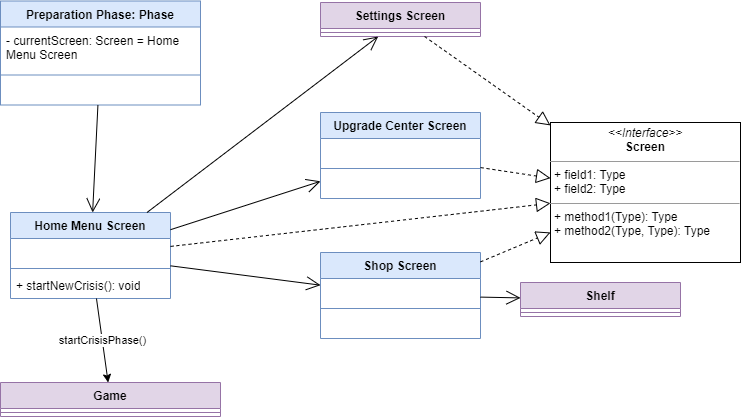
Above: doc/emergenCITY_SEArchitecture-Preparation Phase.drawio.png in Spexify/emergenCity (draw.io), before the change. Source tidied: cells renumbered, new cells last; positions are measured from the earlier drawing's top-left corner, leaving out a move shared by most shapes.
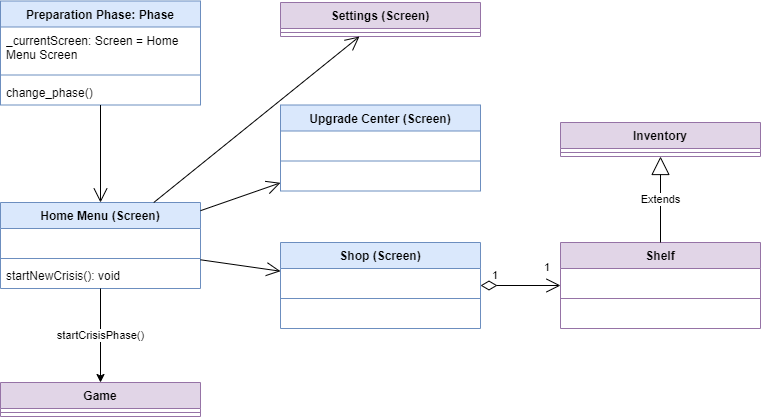
After the commit.

The edit, as a diff of the source:
```diff
@@ -5,63 +5,57 @@
     <mxCell id="2" value="Preparation Phase: Phase" style="swimlane;fontStyle=1;align=center;verticalAlign=top;horizontal=1;startSize=26;whiteSpace=wrap;html=1;fillColor=#dae8fc;strokeColor=#6c8ebf;" parent="1" vertex="1">
       <mxGeometry y="0.5" width="200" height="104" as="geometry" />
     </mxCell>
-    <mxCell id="3" value="- currentScreen: Screen = Home Menu Screen" style="text;strokeColor=none;fillColor=none;align=left;verticalAlign=top;spacingLeft=4;spacingRight=4;overflow=hidden;whiteSpace=wrap;html=1;" parent="2" vertex="1">
+    <mxCell id="3" value="_currentScreen: Screen = Home Menu Screen" style="text;strokeColor=none;fillColor=none;align=left;verticalAlign=top;spacingLeft=4;spacingRight=4;overflow=hidden;whiteSpace=wrap;html=1;" parent="2" vertex="1">
       <mxGeometry y="26" width="200" height="44" as="geometry" />
     </mxCell>
     <mxCell id="4" style="line;strokeWidth=1;fillColor=none;align=left;verticalAlign=middle;spacingTop=-1;spacingLeft=3;spacingRight=3;labelPosition=right;strokeColor=inherit;" parent="2" vertex="1">
       <mxGeometry y="70" width="200" height="8" as="geometry" />
     </mxCell>
-    <mxCell id="5" value="&amp;nbsp;" style="text;strokeColor=none;fillColor=none;align=left;verticalAlign=top;spacingLeft=4;spacingRight=4;overflow=hidden;whiteSpace=wrap;html=1;" parent="2" vertex="1">
+    <mxCell id="5" value="change_phase()" style="text;strokeColor=none;fillColor=none;align=left;verticalAlign=top;spacingLeft=4;spacingRight=4;overflow=hidden;whiteSpace=wrap;html=1;" parent="2" vertex="1">
       <mxGeometry y="78" width="200" height="26" as="geometry" />
     </mxCell>
-    <mxCell id="6" value="Home Menu Screen" style="swimlane;fontStyle=1;align=center;verticalAlign=top;horizontal=1;startSize=26;whiteSpace=wrap;html=1;fillColor=#dae8fc;strokeColor=#6c8ebf;" parent="1" vertex="1">
-      <mxGeometry x="10" y="212" width="160" height="86" as="geometry" />
+    <mxCell id="6" value="Home Menu (Screen)" style="swimlane;fontStyle=1;align=center;verticalAlign=top;horizontal=1;startSize=26;whiteSpace=wrap;html=1;fillColor=#dae8fc;strokeColor=#6c8ebf;" parent="1" vertex="1">
+      <mxGeometry y="202" width="200" height="86" as="geometry" />
     </mxCell>
     <mxCell id="7" value="&amp;nbsp;" style="text;strokeColor=none;fillColor=none;align=left;verticalAlign=top;spacingLeft=4;spacingRight=4;overflow=hidden;whiteSpace=wrap;html=1;" parent="6" vertex="1">
-      <mxGeometry y="26" width="160" height="26" as="geometry" />
+      <mxGeometry y="26" width="200" height="26" as="geometry" />
     </mxCell>
     <mxCell id="8" style="line;strokeWidth=1;fillColor=none;align=left;verticalAlign=middle;spacingTop=-1;spacingLeft=3;spacingRight=3;labelPosition=right;strokeColor=inherit;" parent="6" vertex="1">
-      <mxGeometry y="52" width="160" height="8" as="geometry" />
+      <mxGeometry y="52" width="200" height="8" as="geometry" />
     </mxCell>
-    <mxCell id="9" value="+ startNewCrisis(): void" style="text;strokeColor=none;fillColor=none;align=left;verticalAlign=top;spacingLeft=4;spacingRight=4;overflow=hidden;whiteSpace=wrap;html=1;" parent="6" vertex="1">
-      <mxGeometry y="60" width="160" height="26" as="geometry" />
+    <mxCell id="9" value="startNewCrisis(): void" style="text;strokeColor=none;fillColor=none;align=left;verticalAlign=top;spacingLeft=4;spacingRight=4;overflow=hidden;whiteSpace=wrap;html=1;" parent="6" vertex="1">
+      <mxGeometry y="60" width="200" height="26" as="geometry" />
     </mxCell>
-    <mxCell id="10" value="Settings Screen" style="swimlane;fontStyle=1;align=center;verticalAlign=top;horizontal=1;startSize=26;whiteSpace=wrap;html=1;fillColor=#e1d5e7;strokeColor=#9673a6;" parent="1" vertex="1">
-      <mxGeometry x="320" y="2" width="160" height="34" as="geometry" />
+    <mxCell id="10" value="Settings (Screen)" style="swimlane;fontStyle=1;align=center;verticalAlign=top;horizontal=1;startSize=26;whiteSpace=wrap;html=1;fillColor=#e1d5e7;strokeColor=#9673a6;" parent="1" vertex="1">
+      <mxGeometry x="280" y="2" width="200" height="34" as="geometry" />
     </mxCell>
     <mxCell id="11" style="line;strokeWidth=1;fillColor=none;align=left;verticalAlign=middle;spacingTop=-1;spacingLeft=3;spacingRight=3;labelPosition=right;strokeColor=inherit;" parent="10" vertex="1">
-      <mxGeometry y="26" width="160" height="8" as="geometry" />
+      <mxGeometry y="26" width="200" height="8" as="geometry" />
     </mxCell>
-    <mxCell id="12" value="Shop Screen" style="swimlane;fontStyle=1;align=center;verticalAlign=top;horizontal=1;startSize=26;whiteSpace=wrap;html=1;fillColor=#dae8fc;strokeColor=#6c8ebf;" parent="1" vertex="1">
-      <mxGeometry x="320" y="252" width="160" height="86" as="geometry" />
+    <mxCell id="12" value="Shop (Screen)" style="swimlane;fontStyle=1;align=center;verticalAlign=top;horizontal=1;startSize=26;whiteSpace=wrap;html=1;fillColor=#dae8fc;strokeColor=#6c8ebf;" parent="1" vertex="1">
+      <mxGeometry x="280" y="242" width="200" height="86" as="geometry" />
     </mxCell>
     <mxCell id="13" value="&amp;nbsp;" style="text;strokeColor=none;fillColor=none;align=left;verticalAlign=top;spacingLeft=4;spacingRight=4;overflow=hidden;whiteSpace=wrap;html=1;" parent="12" vertex="1">
-      <mxGeometry y="26" width="160" height="26" as="geometry" />
+      <mxGeometry y="26" width="200" height="26" as="geometry" />
     </mxCell>
     <mxCell id="14" style="line;strokeWidth=1;fillColor=none;align=left;verticalAlign=middle;spacingTop=-1;spacingLeft=3;spacingRight=3;labelPosition=right;strokeColor=inherit;" parent="12" vertex="1">
-      <mxGeometry y="52" width="160" height="8" as="geometry" />
+      <mxGeometry y="52" width="200" height="8" as="geometry" />
     </mxCell>
     <mxCell id="15" value="&amp;nbsp;" style="text;strokeColor=none;fillColor=none;align=left;verticalAlign=top;spacingLeft=4;spacingRight=4;overflow=hidden;whiteSpace=wrap;html=1;" parent="12" vertex="1">
-      <mxGeometry y="60" width="160" height="26" as="geometry" />
+      <mxGeometry y="60" width="200" height="26" as="geometry" />
     </mxCell>
-    <mxCell id="16" value="Upgrade Center Screen" style="swimlane;fontStyle=1;align=center;verticalAlign=top;horizontal=1;startSize=26;whiteSpace=wrap;html=1;fillColor=#dae8fc;strokeColor=#6c8ebf;" parent="1" vertex="1">
-      <mxGeometry x="320" y="112" width="160" height="86" as="geometry" />
+    <mxCell id="16" value="Upgrade Center (Screen)" style="swimlane;fontStyle=1;align=center;verticalAlign=top;horizontal=1;startSize=26;whiteSpace=wrap;html=1;fillColor=#dae8fc;strokeColor=#6c8ebf;" parent="1" vertex="1">
+      <mxGeometry x="280" y="104.5" width="200" height="86" as="geometry" />
     </mxCell>
     <mxCell id="17" value="&amp;nbsp;" style="text;strokeColor=none;fillColor=none;align=left;verticalAlign=top;spacingLeft=4;spacingRight=4;overflow=hidden;whiteSpace=wrap;html=1;" parent="16" vertex="1">
-      <mxGeometry y="26" width="160" height="26" as="geometry" />
+      <mxGeometry y="26" width="200" height="26" as="geometry" />
     </mxCell>
     <mxCell id="18" style="line;strokeWidth=1;fillColor=none;align=left;verticalAlign=middle;spacingTop=-1;spacingLeft=3;spacingRight=3;labelPosition=right;strokeColor=inherit;" parent="16" vertex="1">
-      <mxGeometry y="52" width="160" height="8" as="geometry" />
+      <mxGeometry y="52" width="200" height="8" as="geometry" />
     </mxCell>
     <mxCell id="19" value="&amp;nbsp;" style="text;strokeColor=none;fillColor=none;align=left;verticalAlign=top;spacingLeft=4;spacingRight=4;overflow=hidden;whiteSpace=wrap;html=1;" parent="16" vertex="1">
-      <mxGeometry y="60" width="160" height="26" as="geometry" />
+      <mxGeometry y="60" width="200" height="26" as="geometry" />
     </mxCell>
-    <mxCell id="20" value="Shelf" style="swimlane;fontStyle=1;align=center;verticalAlign=top;horizontal=1;startSize=26;whiteSpace=wrap;html=1;fillColor=#e1d5e7;strokeColor=#9673a6;" parent="1" vertex="1">
-      <mxGeometry x="520" y="282" width="160" height="34" as="geometry" />
-    </mxCell>
-    <mxCell id="21" style="line;strokeWidth=1;fillColor=none;align=left;verticalAlign=middle;spacingTop=-1;spacingLeft=3;spacingRight=3;labelPosition=right;strokeColor=inherit;" parent="20" vertex="1">
-      <mxGeometry y="26" width="160" height="8" as="geometry" />
-    </mxCell>
     <mxCell id="22" style="endArrow=open;endFill=1;endSize=12;html=1;rounded=0;" parent="1" edge="1" source="6" target="12">
       <mxGeometry relative="1" as="geometry" />
     </mxCell>
@@ -72,34 +66,55 @@
       <mxGeometry relative="1" as="geometry" />
     </mxCell>
     <mxCell id="25" value="Game" style="swimlane;fontStyle=1;align=center;verticalAlign=top;horizontal=1;startSize=26;whiteSpace=wrap;html=1;fillColor=#e1d5e7;strokeColor=#9673a6;" parent="1" vertex="1">
-      <mxGeometry y="382" width="220" height="34" as="geometry" />
+      <mxGeometry y="382" width="200" height="34" as="geometry" />
     </mxCell>
     <mxCell id="26" style="line;strokeWidth=1;fillColor=none;align=left;verticalAlign=middle;spacingTop=-1;spacingLeft=3;spacingRight=3;labelPosition=right;strokeColor=inherit;" parent="25" vertex="1">
-      <mxGeometry y="26" width="220" height="8" as="geometry" />
+      <mxGeometry y="26" width="200" height="8" as="geometry" />
     </mxCell>
     <mxCell id="27" value="startCrisisPhase()" style="endArrow=classic;html=1;rounded=0;" parent="1" edge="1" source="6" target="25">
       <mxGeometry relative="1" as="geometry" />
     </mxCell>
-    <mxCell id="28" value="&lt;p style=&quot;margin:0px;margin-top:4px;text-align:center;&quot;&gt;&lt;i&gt;&amp;lt;&amp;lt;Interface&amp;gt;&amp;gt;&lt;/i&gt;&lt;br&gt;&lt;b&gt;Screen&lt;/b&gt;&lt;/p&gt;&lt;hr size=&quot;1&quot;&gt;&lt;p style=&quot;margin:0px;margin-left:4px;&quot;&gt;+ field1: Type&lt;br&gt;+ field2: Type&lt;/p&gt;&lt;hr size=&quot;1&quot;&gt;&lt;p style=&quot;margin:0px;margin-left:4px;&quot;&gt;+ method1(Type): Type&lt;br&gt;+ method2(Type, Type): Type&lt;/p&gt;" style="verticalAlign=top;align=left;overflow=fill;fontSize=12;fontFamily=Helvetica;html=1;whiteSpace=wrap;" parent="1" vertex="1">
-      <mxGeometry x="550" y="122" width="190" height="140" as="geometry" />
-    </mxCell>
-    <mxCell id="29" style="endArrow=block;dashed=1;endFill=0;endSize=12;html=1;rounded=0;" parent="1" edge="1" source="6" target="28">
-      <mxGeometry relative="1" as="geometry" />
-    </mxCell>
-    <mxCell id="30" style="endArrow=block;dashed=1;endFill=0;endSize=12;html=1;rounded=0;" parent="1" edge="1" source="16" target="28">
-      <mxGeometry relative="1" as="geometry" />
-    </mxCell>
-    <mxCell id="31" style="endArrow=block;dashed=1;endFill=0;endSize=12;html=1;rounded=0;" parent="1" edge="1" source="12" target="28">
-      <mxGeometry relative="1" as="geometry" />
-    </mxCell>
+    <mxCell id="34" style="endArrow=open;endFill=1;endSize=12;html=1;rounded=0;" parent="1" edge="1" source="2" target="6">
+      <mxGeometry relative="1" as="geometry" />
+    </mxCell>
+    <mxCell id="20" value="Shelf" style="swimlane;fontStyle=1;align=center;verticalAlign=top;horizontal=1;startSize=26;whiteSpace=wrap;html=1;fillColor=#e1d5e7;strokeColor=#9673a6;" parent="1" vertex="1">
+      <mxGeometry x="560" y="242" width="200" height="86" as="geometry" />
+    </mxCell>
+    <mxCell id="35" value="&amp;nbsp;" style="text;strokeColor=none;fillColor=none;align=left;verticalAlign=top;spacingLeft=4;spacingRight=4;overflow=hidden;whiteSpace=wrap;html=1;" parent="20" vertex="1">
+      <mxGeometry y="26" width="200" height="26" as="geometry" />
+    </mxCell>
+    <mxCell id="36" style="line;strokeWidth=1;fillColor=none;align=left;verticalAlign=middle;spacingTop=-1;spacingLeft=3;spacingRight=3;labelPosition=right;strokeColor=inherit;" parent="20" vertex="1">
+      <mxGeometry y="52" width="200" height="8" as="geometry" />
+    </mxCell>
+    <mxCell id="37" value="&amp;nbsp;" style="text;strokeColor=none;fillColor=none;align=left;verticalAlign=top;spacingLeft=4;spacingRight=4;overflow=hidden;whiteSpace=wrap;html=1;" parent="20" vertex="1">
+      <mxGeometry y="60" width="200" height="26" as="geometry" />
+    </mxCell>
+    <mxCell id="38" value="Inventory" style="swimlane;fontStyle=1;align=center;verticalAlign=top;horizontal=1;startSize=26;whiteSpace=wrap;html=1;fillColor=#e1d5e7;strokeColor=#9673a6;" parent="1" vertex="1">
+      <mxGeometry x="560" y="122" width="200" height="34" as="geometry" />
+    </mxCell>
+    <mxCell id="39" style="line;strokeWidth=1;fillColor=none;align=left;verticalAlign=middle;spacingTop=-1;spacingLeft=3;spacingRight=3;labelPosition=right;strokeColor=inherit;" parent="38" vertex="1">
+      <mxGeometry y="26" width="200" height="8" as="geometry" />
+    </mxCell>
+    <mxCell id="40" value="Extends" style="endArrow=block;endSize=16;endFill=0;html=1;rounded=0;" parent="1" edge="1" source="20" target="38">
+      <mxGeometry relative="1" as="geometry" />
+    </mxCell>
-    <mxCell id="32" style="endArrow=open;endFill=1;endSize=12;html=1;rounded=0;" parent="1" edge="1" source="12" target="20">
-      <mxGeometry relative="1" as="geometry" />
+    <mxCell id="32" style="endArrow=open;html=1;endSize=12;startArrow=diamondThin;startSize=14;startFill=0;edgeStyle=orthogonalEdgeStyle;rounded=0;" parent="1" edge="1" source="12" target="20">
+      <mxGeometry relative="1" as="geometry">
+        <Array as="points">
+          <mxPoint x="640" y="285" />
+          <mxPoint x="640" y="285" />
+        </Array>
+      </mxGeometry>
     </mxCell>
-    <mxCell id="33" style="endArrow=block;dashed=1;endFill=0;endSize=12;html=1;rounded=0;" parent="1" edge="1" source="10" target="28">
-      <mxGeometry relative="1" as="geometry" />
-    </mxCell>
-    <mxCell id="34" style="endArrow=open;endFill=1;endSize=12;html=1;rounded=0;" parent="1" edge="1" source="2" target="6">
-      <mxGeometry relative="1" as="geometry" />
-    </mxCell>
+    <mxCell id="41" value="1" style="edgeLabel;html=1;align=left;verticalAlign=top;" parent="32" vertex="1">
+      <mxGeometry x="-1" relative="1" as="geometry">
+        <mxPoint x="10" y="-23" as="offset" />
+      </mxGeometry>
+    </mxCell>
+    <mxCell id="42" value="1" style="edgeLabel;html=1;align=right;verticalAlign=top;" parent="32" vertex="1">
+      <mxGeometry x="1" relative="1" as="geometry">
+        <mxPoint x="-10" y="-31" as="offset" />
+      </mxGeometry>
+    </mxCell>
   </root>
 </mxGraphModel>
```
